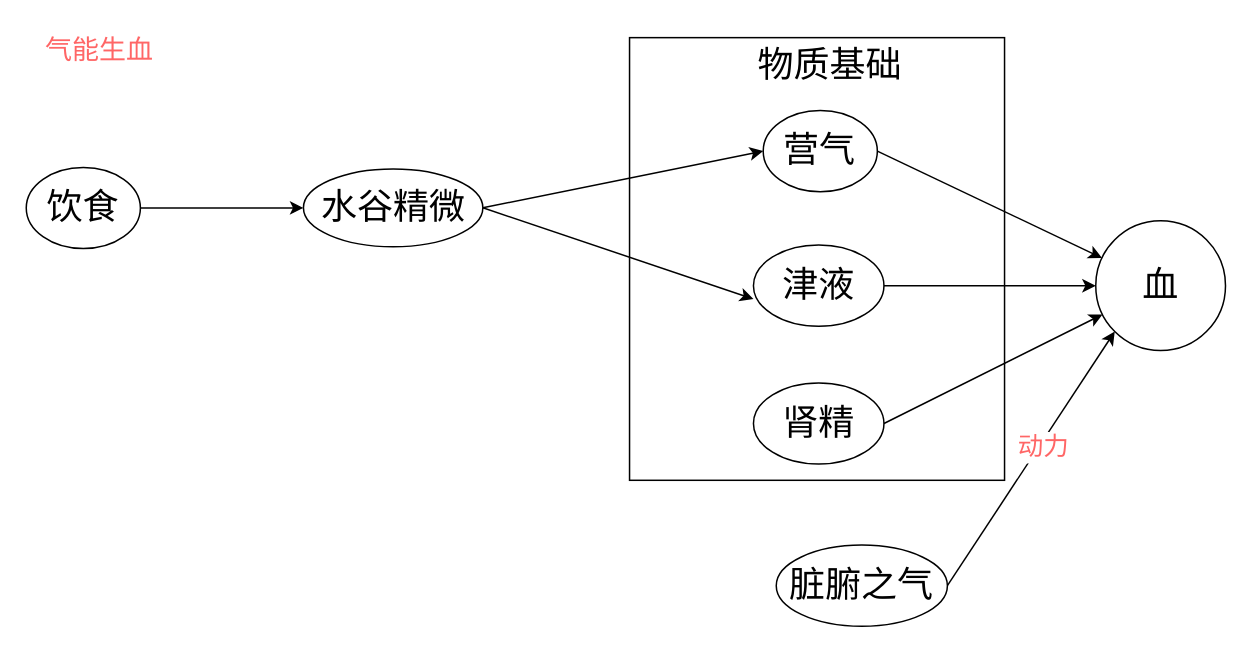
Earlier version of the draw.io diagram 医门推敲叁/精气血津液神/气能生血.drawio (328507133/chart). Source tidied: cells renumbered, new cells numbered last; positions are measured from the earlier drawing's top-left corner, leaving out a move shared by most shapes. Both pictures are drawn from the tidied source at 150%, with x=0, y=0 at pixel (26, 26).
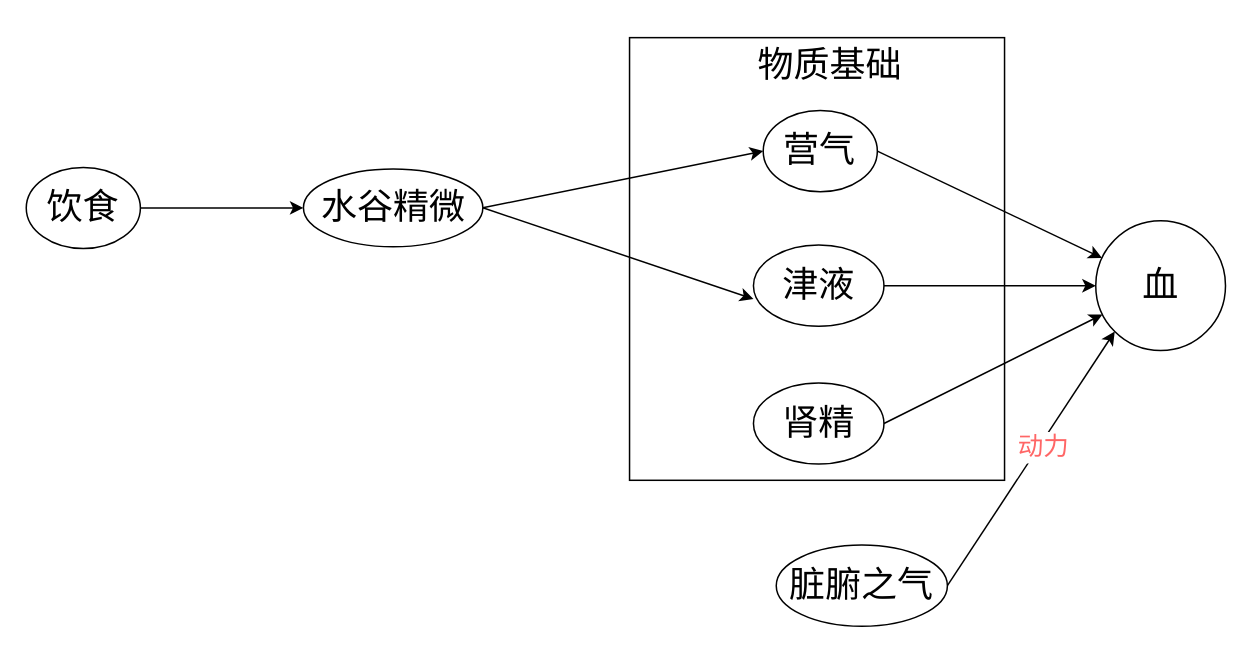
The same page after the edit.

Commit message:
更新气能生血.drawio

The change refers to these unchanged cells:
```xml
<mxCell id="2" style="group;" parent="1" vertex="1">
  <mxGeometry width="800" height="400" as="geometry" />
</mxCell>
```

Diff of the diagram source:
```diff
@@
-    <mxCell id="21" value="&lt;font style=&quot;font-size: 18px;&quot;&gt;气能生血&lt;/font&gt;" style="text;html=1;align=center;verticalAlign=middle;whiteSpace=wrap;rounded=0;fontColor=#FF6666;" parent="2" vertex="1">
-      <mxGeometry width="97.8" height="32.4" as="geometry" />
-    </mxCell>
```
